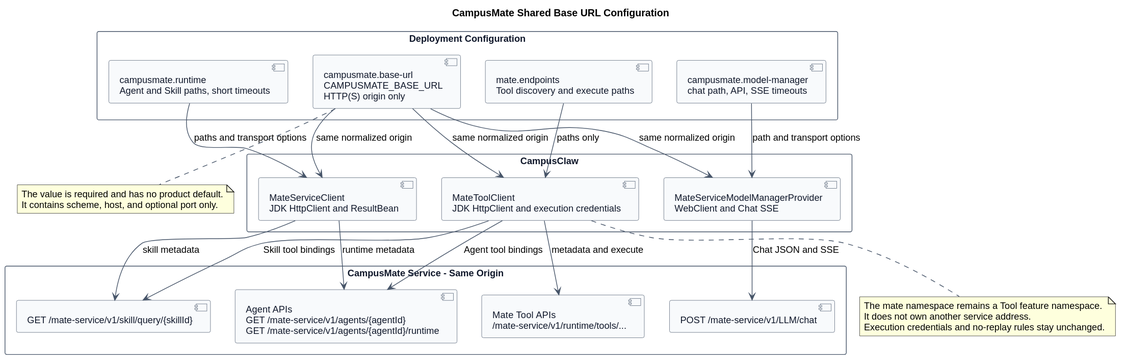
The PlantUML diagram campusmate-shared-client-configuration/campusmate_shared_base_url_configuration.svg in ssm0808/pi-mono-java-design, before a commit.
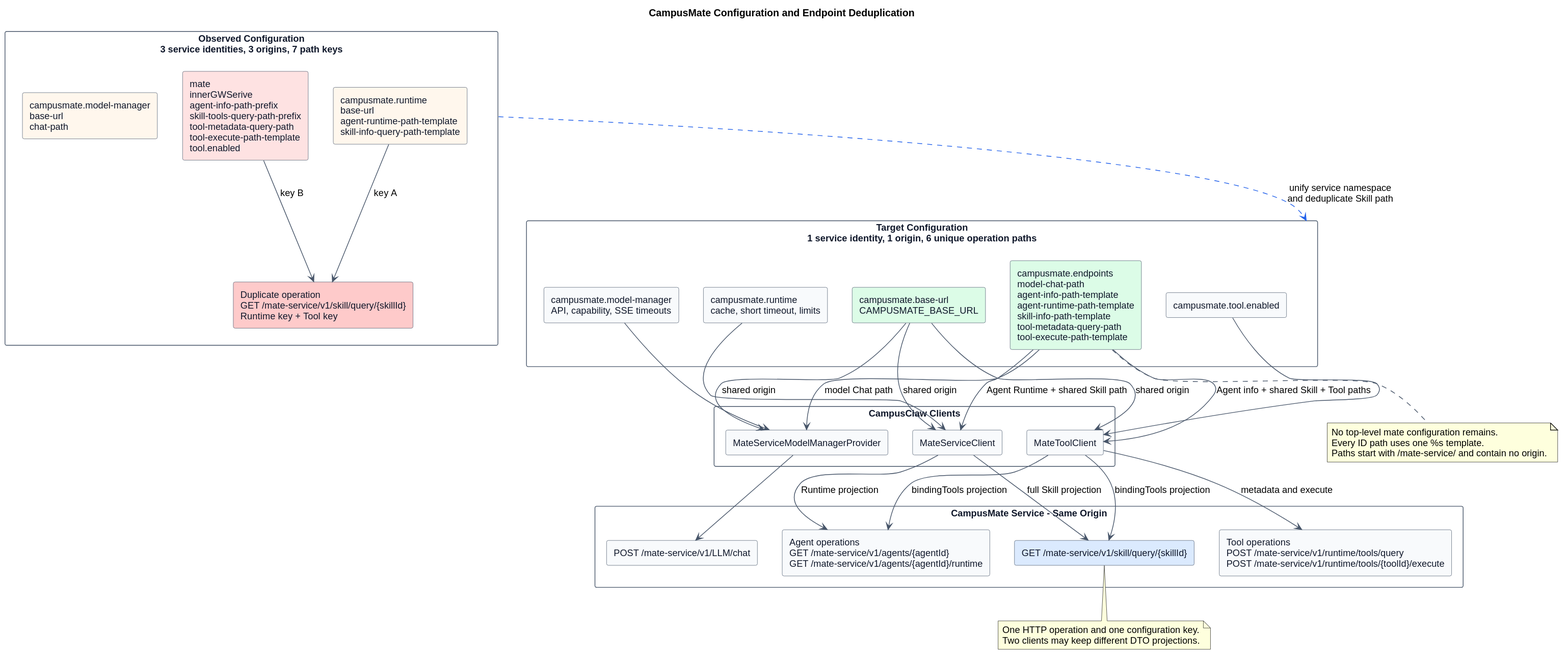
The same diagram one commit later.

Commit message:
docs(campusmate): 统一配置与端点目录

What changed in the source:
```diff
@@ -1,11 +1,12 @@
 @startuml
-title CampusMate Shared Base URL Configuration
+title CampusMate Configuration and Endpoint Deduplication
 
 
 skinparam backgroundColor #FFFFFF
 skinparam shadowing false
 skinparam defaultFontName Arial
 skinparam defaultFontSize 13
+skinparam componentStyle rectangle
 skinparam component {
   BackgroundColor #F8FAFC
   BorderColor #475569
@@ -18,47 +19,64 @@
 }
 skinparam ArrowColor #475569
 
-rectangle "Deployment Configuration" {
-  component "campusmate.base-url\nCAMPUSMATE_BASE_URL\nHTTP(S) origin only" as BaseUrl
-  component "campusmate.model-manager\nchat path, API, SSE timeouts" as ModelConfig
-  component "campusmate.runtime\nAgent and Skill paths, short timeouts" as RuntimeConfig
-  component "mate.endpoints\nTool discovery and execute paths" as ToolConfig
+rectangle "Observed Configuration\n3 service identities, 3 origins, 7 path keys" as Before {
+  component "campusmate.model-manager\nbase-url\nchat-path" as OldModel #FFF7ED
+  component "campusmate.runtime\nbase-url\nagent-runtime-path-template\nskill-info-query-path-template" as OldRuntime #FFF7ED
+  component "mate\ninnerGWSerive\nagent-info-path-prefix\nskill-tools-query-path-prefix\ntool-metadata-query-path\ntool-execute-path-template\ntool.enabled" as OldTool #FEE2E2
+  component "Duplicate operation\nGET /mate-service/v1/skill/query/{skillId}\nRuntime key + Tool key" as Duplicate #FECACA
+
+  OldRuntime --> Duplicate : key A
+  OldTool --> Duplicate : key B
 }
 
-rectangle "CampusClaw" {
-  component "MateServiceModelManagerProvider\nWebClient and Chat SSE" as ModelClient
-  component "MateServiceClient\nJDK HttpClient and ResultBean" as RuntimeClient
-  component "MateToolClient\nJDK HttpClient and execution credentials" as ToolClient
+rectangle "Target Configuration\n1 service identity, 1 origin, 6 unique operation paths" as After {
+  component "campusmate.base-url\nCAMPUSMATE_BASE_URL" as BaseUrl #DCFCE7
+  component "campusmate.endpoints\nmodel-chat-path\nagent-info-path-template\nagent-runtime-path-template\nskill-info-path-template\ntool-metadata-query-path\ntool-execute-path-template" as Endpoints #DCFCE7
+  component "campusmate.model-manager\nAPI, capability, SSE timeouts" as ModelOptions
+  component "campusmate.runtime\ncache, short timeout, limits" as RuntimeOptions
+  component "campusmate.tool.enabled" as ToolOptions
+}
+
+Before -down[#2563EB,dashed]-> After : unify service namespace\nand deduplicate Skill path
+
+rectangle "CampusClaw Clients" {
+  component "MateServiceModelManagerProvider" as ModelClient
+  component "MateServiceClient" as RuntimeClient
+  component "MateToolClient" as ToolClient
 }
 
 rectangle "CampusMate Service - Same Origin" {
   component "POST /mate-service/v1/LLM/chat" as ChatEndpoint
-  component "Agent APIs\nGET /mate-service/v1/agents/{agentId}\nGET /mate-service/v1/agents/{agentId}/runtime" as AgentEndpoint
-  component "GET /mate-service/v1/skill/query/{skillId}" as SkillEndpoint
-  component "Mate Tool APIs\n/mate-service/v1/runtime/tools/..." as ToolEndpoint
+  component "Agent operations\nGET /mate-service/v1/agents/{agentId}\nGET /mate-service/v1/agents/{agentId}/runtime" as AgentEndpoints
+  component "GET /mate-service/v1/skill/query/{skillId}" as SkillEndpoint #DBEAFE
+  component "Tool operations\nPOST /mate-service/v1/runtime/tools/query\nPOST /mate-service/v1/runtime/tools/{toolId}/execute" as ToolEndpoints
 }
 
-BaseUrl --> ModelClient : same normalized origin
-BaseUrl --> RuntimeClient : same normalized origin
-BaseUrl --> ToolClient : same normalized origin
-ModelConfig --> ModelClient : path and transport options
-RuntimeConfig --> RuntimeClient : paths and transport options
-ToolConfig --> ToolClient : paths only
-ModelClient --> ChatEndpoint : Chat JSON and SSE
-RuntimeClient --> AgentEndpoint : runtime metadata
-RuntimeClient --> SkillEndpoint : skill metadata
-ToolClient --> AgentEndpoint : Agent tool bindings
-ToolClient --> SkillEndpoint : Skill tool bindings
-ToolClient --> ToolEndpoint : metadata and execute
+BaseUrl --> ModelClient : shared origin
+BaseUrl --> RuntimeClient : shared origin
+BaseUrl --> ToolClient : shared origin
+Endpoints --> ModelClient : model Chat path
+Endpoints --> RuntimeClient : Agent Runtime + shared Skill path
+Endpoints --> ToolClient : Agent info + shared Skill + Tool paths
+ModelOptions --> ModelClient
+RuntimeOptions --> RuntimeClient
+ToolOptions --> ToolClient
 
-note bottom of BaseUrl
-The value is required and has no product default.
-It contains scheme, host, and optional port only.
+ModelClient --> ChatEndpoint
+RuntimeClient --> AgentEndpoints : Runtime projection
+RuntimeClient --> SkillEndpoint : full Skill projection
+ToolClient --> AgentEndpoints : bindingTools projection
+ToolClient --> SkillEndpoint : bindingTools projection
+ToolClient --> ToolEndpoints : metadata and execute
+
+note bottom of SkillEndpoint
+One HTTP operation and one configuration key.
+Two clients may keep different DTO projections.
 end note
 
-note bottom of ToolClient
-The mate namespace remains a Tool feature namespace.
-It does not own another service address.
-Execution credentials and no-replay rules stay unchanged.
+note bottom of Endpoints
+No top-level mate configuration remains.
+Every ID path uses one %s template.
+Paths start with /mate-service/ and contain no origin.
 end note
 @enduml
```
